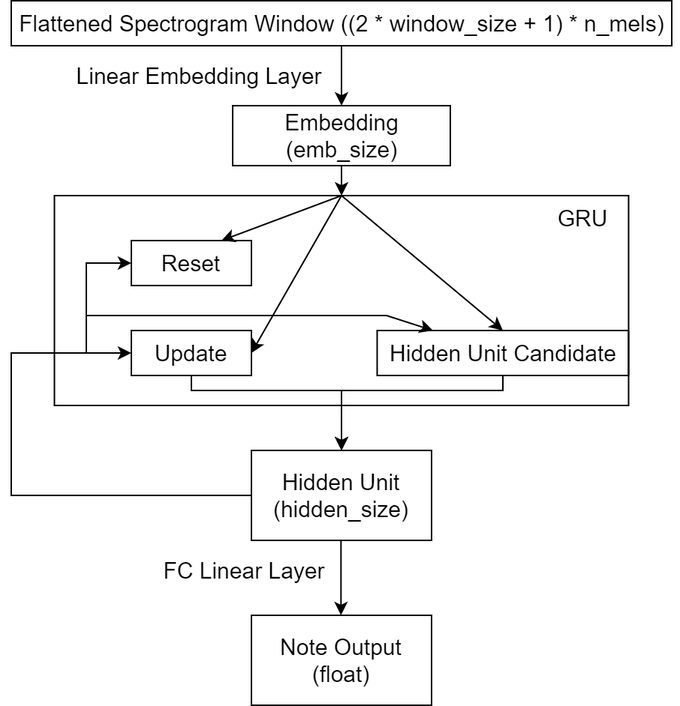
Above: images/notePresenceRNN.png in Hazelstorm/413w22-taikomapper (draw.io), before the change. Source tidied: cells renumbered, new cells last; positions are measured from the earlier drawing's top-left corner, leaving out a move shared by most shapes.
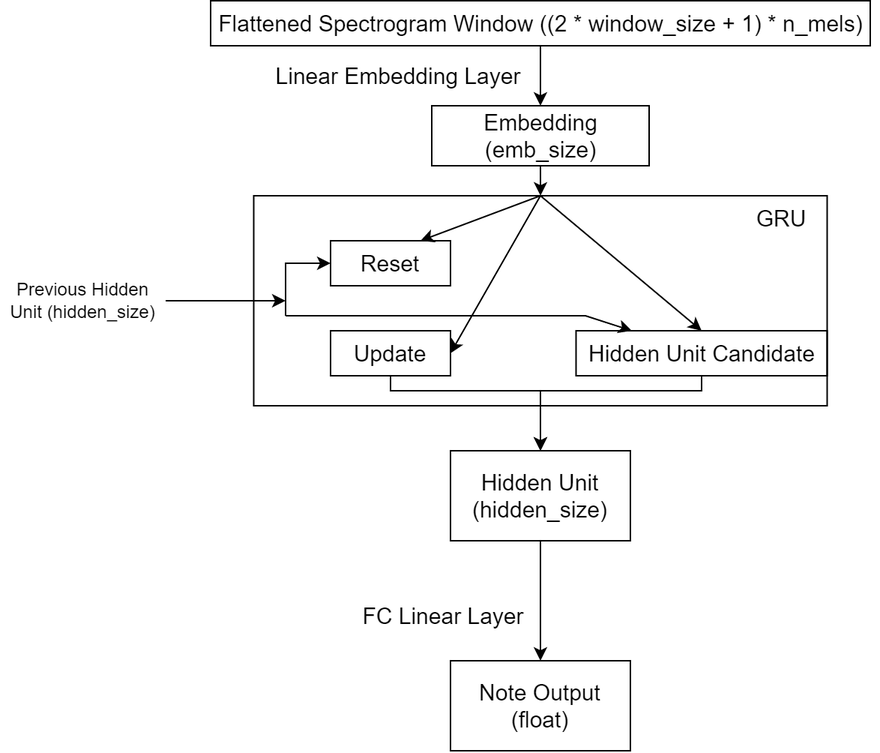
After the commit.

Change to the diagram source:
```diff
@@ -23,14 +23,9 @@
     <mxCell id="8" value="Embedding (emb_size)" style="rounded=0;whiteSpace=wrap;html=1;labelBackgroundColor=none;fontSize=15;fillColor=default;strokeColor=default;" parent="1" vertex="1">
       <mxGeometry x="152.5" y="70" width="145" height="40" as="geometry" />
     </mxCell>
-    <mxCell id="9" style="edgeStyle=orthogonalEdgeStyle;rounded=0;jettySize=auto;html=1;exitX=0;exitY=0.5;exitDx=0;exitDy=0;entryX=0;entryY=0.5;entryDx=0;entryDy=0;fontSize=15;" parent="1" edge="1" source="10" target="15">
-      <mxGeometry relative="1" as="geometry">
-        <Array as="points">
-          <mxPoint x="5" y="330" />
-          <mxPoint x="5" y="235" />
-        </Array>
-      </mxGeometry>
-    </mxCell>
+    <mxCell id="25" style="edgeStyle=orthogonalEdgeStyle;rounded=0;jettySize=auto;html=1;exitX=0.5;exitY=1;exitDx=0;exitDy=0;entryX=0.5;entryY=0;entryDx=0;entryDy=0;" parent="1" edge="1" source="10" target="24">
+      <mxGeometry relative="1" as="geometry" />
+    </mxCell>
     <mxCell id="10" value="Hidden Unit&lt;br&gt;(hidden_size)" style="rounded=0;whiteSpace=wrap;html=1;labelBackgroundColor=none;fontSize=15;strokeColor=default;fillColor=default;" parent="1" vertex="1">
       <mxGeometry x="165" y="300" width="120" height="60" as="geometry" />
     </mxCell>
@@ -64,7 +59,7 @@
     </mxCell>
     <mxCell id="17" style="endArrow=classic;html=1;rounded=0;fontSize=15;entryX=0;entryY=0.5;entryDx=0;entryDy=0;" parent="1" edge="1" target="16">
       <mxGeometry relative="1" as="geometry">
-        <mxPoint x="55" y="235" as="sourcePoint" />
+        <mxPoint x="55" y="210" as="sourcePoint" />
         <Array as="points">
           <mxPoint x="55" y="175" />
         </Array>
@@ -90,16 +85,18 @@
       </mxGeometry>
     </mxCell>
     <mxCell id="22" value="FC Linear Layer" style="text;html=1;align=center;verticalAlign=middle;strokeColor=none;fillColor=none;fontSize=15;" parent="1" vertex="1">
-      <mxGeometry x="100" y="370" width="120" height="20" as="geometry" />
+      <mxGeometry x="100" y="400" width="120" height="20" as="geometry" />
     </mxCell>
-    <mxCell id="23" style="edgeStyle=orthogonalEdgeStyle;rounded=0;orthogonalLoop=1;jettySize=auto;html=1;exitX=0.5;exitY=1;exitDx=0;exitDy=0;entryX=0.5;entryY=0;entryDx=0;entryDy=0;fontSize=15;" parent="1" edge="1">
-      <mxGeometry relative="1" as="geometry">
-        <mxPoint x="224.7" y="360" as="sourcePoint" />
-        <mxPoint x="224.7" y="410" as="targetPoint" />
-      </mxGeometry>
-    </mxCell>
     <mxCell id="24" value="Note Output&lt;br&gt;(float)" style="rounded=0;whiteSpace=wrap;html=1;labelBackgroundColor=none;fontSize=15;strokeColor=default;fillColor=default;" parent="1" vertex="1">
-      <mxGeometry x="165" y="410" width="120" height="60" as="geometry" />
+      <mxGeometry x="165" y="440" width="120" height="60" as="geometry" />
     </mxCell>
+    <mxCell id="26" style="endArrow=classic;html=1;rounded=0;exitX=1;exitY=0.5;exitDx=0;exitDy=0;" parent="1" edge="1" source="27">
+      <mxGeometry relative="1" as="geometry">
+        <mxPoint x="55" y="200" as="targetPoint" />
+      </mxGeometry>
+    </mxCell>
+    <mxCell id="27" value="Previous Hidden Unit (hidden_size)" style="text;html=1;strokeColor=none;fillColor=none;align=center;verticalAlign=middle;whiteSpace=wrap;rounded=0;" parent="1" vertex="1">
+      <mxGeometry x="-135" y="185" width="110" height="30" as="geometry" />
+    </mxCell>
   </root>
 </mxGraphModel>
```
